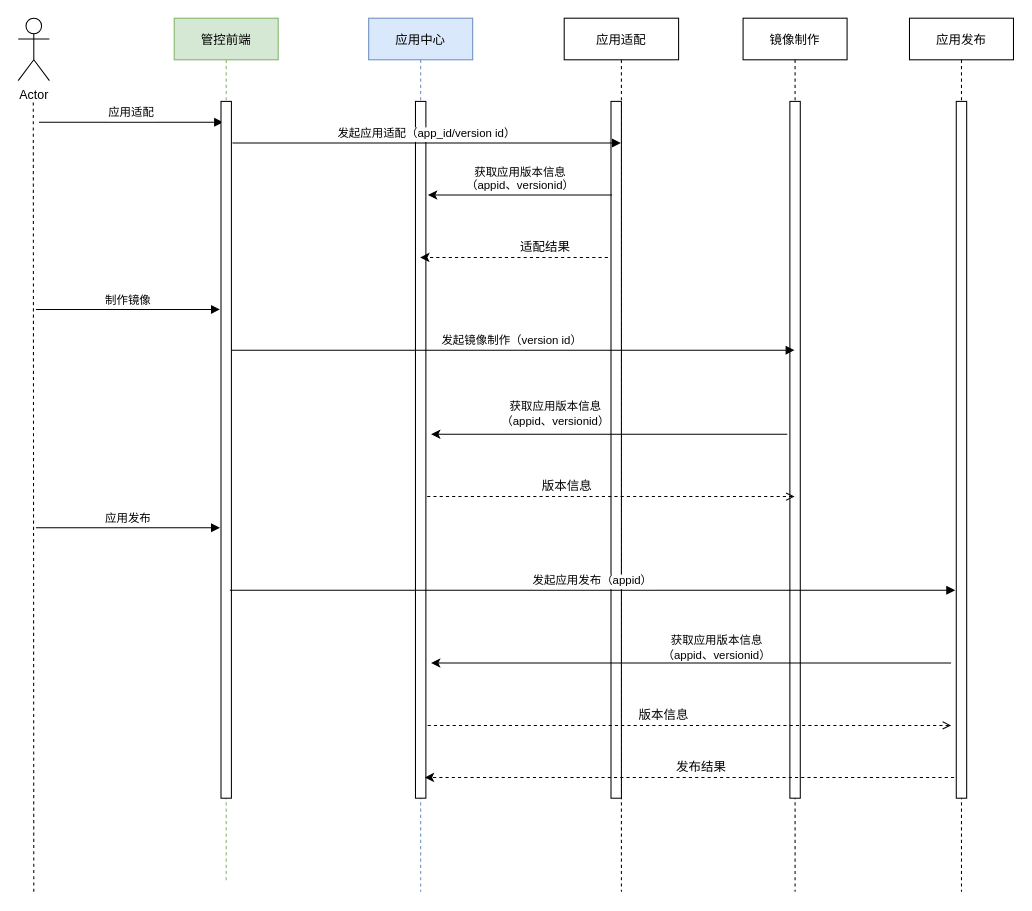
chenkangzeng/appstreaming keeps this draw.io diagram as paas-app-distribute.drawio. Above is the earlier version. Source tidied: cells renumbered, new cells numbered last; positions are measured from the earlier drawing's top-left corner, leaving out a move shared by most shapes. Both pictures are drawn from the tidied source at 104%, with x=0, y=0 at pixel (18, 18).
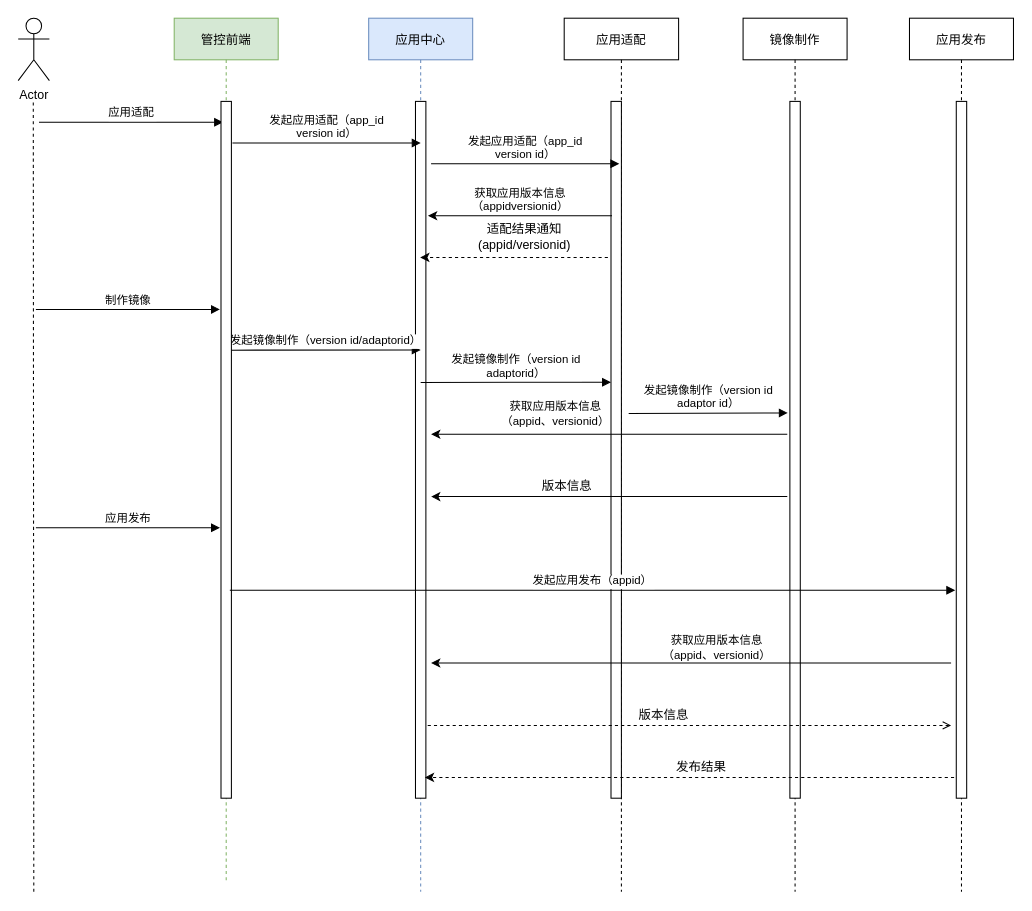
The same page after the edit.

Unchanged cells that the change refers to:
```xml
<mxCell id="6" value="应用适配" style="shape=umlLifeline;perimeter=lifelinePerimeter;rounded=0;shadow=0;strokeWidth=1;" parent="1" vertex="1">
  <mxGeometry x="525" width="110" height="840" as="geometry" />
</mxCell>
<mxCell id="8" value="镜像制作" style="shape=umlLifeline;perimeter=lifelinePerimeter;rounded=0;shadow=0;strokeWidth=1;" parent="1" vertex="1">
  <mxGeometry x="697" width="100" height="840" as="geometry" />
</mxCell>
<mxCell id="15" style="points=[];perimeter=orthogonalPerimeter;rounded=0;shadow=0;strokeWidth=1;" parent="14" vertex="1">
  <mxGeometry x="45" y="80" width="10" height="670" as="geometry" />
</mxCell>
<mxCell id="30" value="&lt;span style=&quot;font-size: 11px ; background-color: rgb(255 , 255 , 255)&quot;&gt;获取应用版本信息&lt;/span&gt;&lt;br style=&quot;padding: 0px ; margin: 0px ; font-size: 11px&quot;&gt;&lt;span style=&quot;font-size: 11px ; background-color: rgb(255 , 255 , 255)&quot;&gt;（appid、versionid）&lt;/span&gt;" style="text;html=1;strokeColor=none;fillColor=none;align=center;verticalAlign=middle;whiteSpace=wrap;rounded=0;" parent="1" vertex="1">
  <mxGeometry x="447" y="370" width="140" height="20" as="geometry" />
</mxCell>
```

What changed in the source:
```diff
@@
-    <mxCell id="12" value="适配结果" style="text;html=1;strokeColor=none;fillColor=none;align=center;verticalAlign=middle;whiteSpace=wrap;rounded=0;" parent="1" vertex="1">
-      <mxGeometry x="457" y="210" width="100" height="20" as="geometry" />
+    <mxCell id="12" value="适配结果通知(appid/versionid)" style="text;html=1;strokeColor=none;fillColor=none;align=center;verticalAlign=middle;whiteSpace=wrap;rounded=0;" parent="1" vertex="1">
+      <mxGeometry x="437" y="200" width="100" height="20" as="geometry" />
     </mxCell>
-    <mxCell id="13" value="发起镜像制作（version id）" style="verticalAlign=bottom;endArrow=block;shadow=0;strokeWidth=1;exitX=0.9;exitY=0.357;exitDx=0;exitDy=0;exitPerimeter=0;" parent="1" edge="1" source="15" target="8">
-      <mxGeometry relative="1" as="geometry" />
+    <mxCell id="13" value="发起镜像制作（version id/adaptorid）" style="verticalAlign=bottom;endArrow=block;shadow=0;strokeWidth=1;exitX=0.9;exitY=0.357;exitDx=0;exitDy=0;exitPerimeter=0;" parent="1" edge="1" source="15">
+      <mxGeometry relative="1" as="geometry">
+        <mxPoint x="387" y="319" as="targetPoint" />
+      </mxGeometry>
     </mxCell>
@@
-    <mxCell id="16" value="发起应用适配（app_id/version id）" style="verticalAlign=bottom;endArrow=block;shadow=0;strokeWidth=1;" parent="1" edge="1" target="6">
+    <mxCell id="16" value="发起应用适配（app_id&#10;version id）" style="verticalAlign=bottom;endArrow=block;shadow=0;strokeWidth=1;" parent="1" edge="1">
       <mxGeometry relative="1" as="geometry">
         <mxPoint x="206" y="120" as="sourcePoint" />
+        <mxPoint x="387" y="120" as="targetPoint" />
       </mxGeometry>
     </mxCell>
@@
-    <mxCell id="19" style="endArrow=none;html=1;dashed=1;startArrow=open;startFill=0;endFill=0;" parent="1" edge="1" source="8">
-      <mxGeometry relative="1" as="geometry">
-        <mxPoint x="391.8" y="460" as="targetPoint" />
-      </mxGeometry>
-    </mxCell>
@@
-    <mxCell id="29" value="获取应用版本信息&#10;（appid、versionid）" style="verticalAlign=bottom;endArrow=none;shadow=0;strokeWidth=1;startArrow=classic;startFill=1;endFill=0;" parent="1" edge="1">
+    <mxCell id="29" value="获取应用版本信息&#10;（appidversionid）" style="verticalAlign=bottom;endArrow=none;shadow=0;strokeWidth=1;startArrow=classic;startFill=1;endFill=0;" parent="1" edge="1">
       <mxGeometry relative="1" as="geometry">
-        <mxPoint x="394" y="170" as="sourcePoint" />
-        <mxPoint x="571" y="170" as="targetPoint" />
+        <mxPoint x="394" y="190" as="sourcePoint" />
+        <mxPoint x="571" y="190" as="targetPoint" />
       </mxGeometry>
     </mxCell>
@@
+    <mxCell id="33" value="发起应用适配（app_id&#10;version id）" style="verticalAlign=bottom;endArrow=block;shadow=0;strokeWidth=1;" parent="1" edge="1">
+      <mxGeometry relative="1" as="geometry">
+        <mxPoint x="397" y="140" as="sourcePoint" />
+        <mxPoint x="578" y="140" as="targetPoint" />
+      </mxGeometry>
+    </mxCell>
+    <mxCell id="34" value="发起镜像制作（version id&#10;adaptorid）" style="verticalAlign=bottom;endArrow=block;shadow=0;strokeWidth=1;exitX=0.9;exitY=0.357;exitDx=0;exitDy=0;exitPerimeter=0;" parent="1" edge="1">
+      <mxGeometry relative="1" as="geometry">
+        <mxPoint x="387" y="350.2" as="sourcePoint" />
+        <mxPoint x="570" y="350" as="targetPoint" />
+      </mxGeometry>
+    </mxCell>
+    <mxCell id="35" value="发起镜像制作（version id&#10;adaptor id）" style="verticalAlign=bottom;endArrow=block;shadow=0;strokeWidth=1;exitX=1;exitY=0.5;exitDx=0;exitDy=0;" parent="1" edge="1" source="30">
+      <mxGeometry relative="1" as="geometry">
+        <mxPoint x="740" y="379.5" as="targetPoint" />
+      </mxGeometry>
+    </mxCell>
+    <mxCell id="36" style="endArrow=classic;html=1;" parent="1" edge="1">
+      <mxGeometry relative="1" as="geometry">
+        <mxPoint x="739.5" y="460" as="sourcePoint" />
+        <mxPoint x="397" y="460" as="targetPoint" />
+      </mxGeometry>
+    </mxCell>
```
